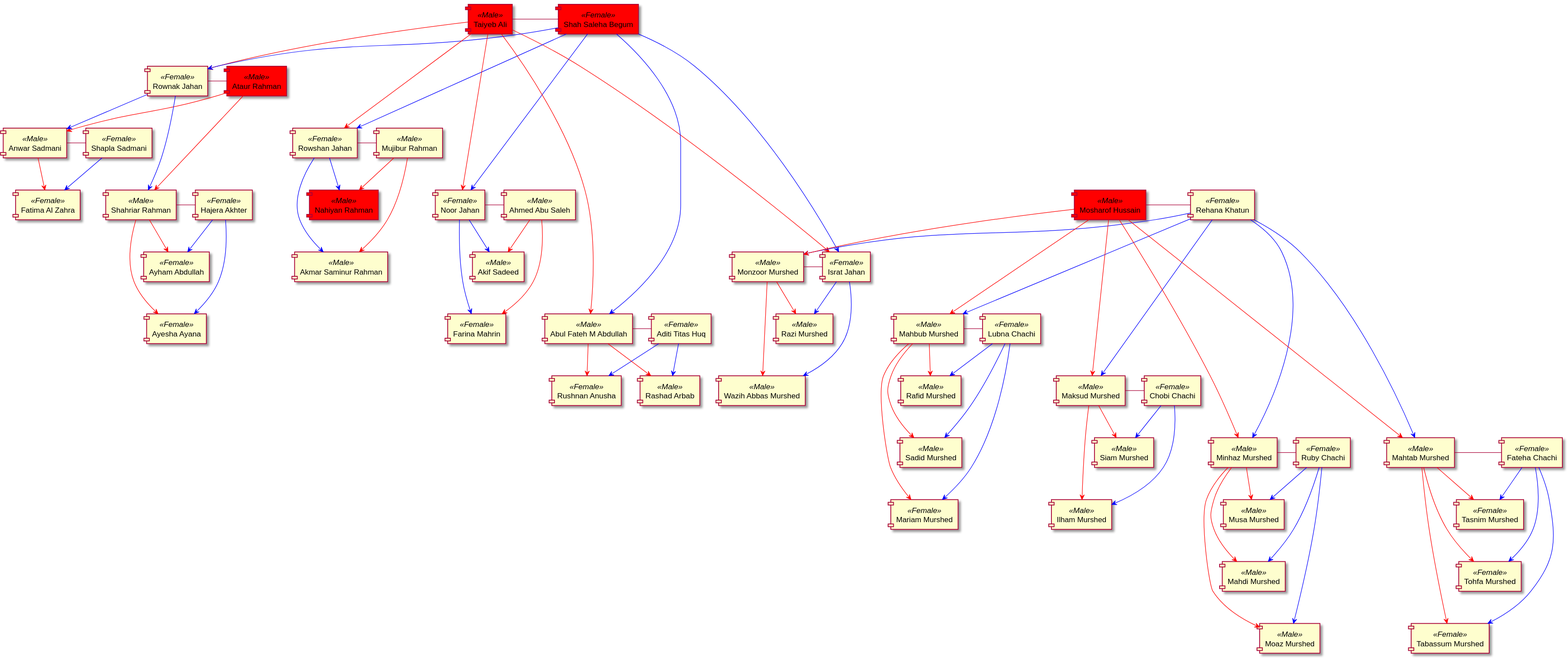
This is familytree/FamilyTree.svg from rmursh/FamilyTree, a PlantUML export, as it was before one commit. Source of this version:
```plantuml
@startuml FamilyTree

[Mosharof Hussain]<<Male>>#red
[Rehana Khatun]<<Female>>

[Monzoor Murshed]<<Male>>
[Israt Jahan]<<Female>>

[Mahbub Murshed]<<Male>>
[Lubna Chachi]<<Female>>

[Maksud Murshed]<<Male>>
[Chobi Chachi]<<Female>>

[Minhaz Murshed]<<Male>>
[Ruby Chachi]<<Female>>

[Mahtab Murshed]<<Male>>
[Fateha Chachi]<<Female>>

[Razi Murshed]<<Male>>
[Wazih Abbas Murshed]<<Male>>
[Rafid Murshed]<<Male>>
[Sadid Murshed]<<Male>>
[Mariam Murshed]<<Female>>
[Siam Murshed]<<Male>>
[Ilham Murshed]<<Male>>
[Musa Murshed]<<Male>>
[Mahdi Murshed]<<Male>>
[Moaz Murshed]<<Male>>
[Tasnim Murshed]<<Female>>
[Tohfa Murshed]<<Female>>
[Tabassum Murshed]<<Female>>

[Taiyeb Ali]<<Male>>#red
[Shah Saleha Begum]<<Female>>#red

[Ataur Rahman]<<Male>>#red
[Rownak Jahan]<<Female>>
[Mujibur Rahman]<<Male>>
[Rowshan Jahan]<<Female>>
[Ahmed Abu Saleh]<<Male>>
[Noor Jahan]<<Female>>
[Abul Fateh M Abdullah]<<Male>>
[Aditi Titas Huq]<<Female>>

[Anwar Sadmani]<<Male>>
[Shapla Sadmani]<<Female>>
[Fatima Al Zahra]<<Female>>

[Shahriar Rahman]<<Male>>
[Hajera Akhter]<<Female>>
[Ayesha Ayana]<<Female>>
[Ayham Abdullah]<<Female>>

[Akmar Saminur Rahman]<<Male>>
[Nahiyan Rahman]<<Male>>#red

[Akif Sadeed]<<Male>>
[Farina Mahrin]<<Female>>

[Rushnan Anusha]<<Female>>
[Rashad Arbab]<<Male>>

[Taiyeb Ali]----right-[Shah Saleha Begum]
[Taiyeb Ali]-[#red]---->[Israt Jahan]
[Shah Saleha Begum]-[#blue]---->[Israt Jahan]
[Taiyeb Ali]-[#red]->[Rownak Jahan]
[Shah Saleha Begum]-[#blue]->[Rownak Jahan]
[Taiyeb Ali]-[#red]-->[Rowshan Jahan]
[Shah Saleha Begum]-[#blue]-->[Rowshan Jahan]
[Taiyeb Ali]-[#red]--->[Noor Jahan]
[Shah Saleha Begum]-[#blue]--->[Noor Jahan]
[Taiyeb Ali]-[#red]----->[Abul Fateh M Abdullah]
[Shah Saleha Begum]-[#blue]----->[Abul Fateh M Abdullah]

[Rownak Jahan]----right-[Ataur Rahman]
[Ataur Rahman]-[#red]->[Anwar Sadmani]
[Rownak Jahan]-[#blue]->[Anwar Sadmani]
[Ataur Rahman]-[#red]-->[Shahriar Rahman]
[Rownak Jahan]-[#blue]-->[Shahriar Rahman]

[Anwar Sadmani]----right-[Shapla Sadmani]
[Anwar Sadmani]-[#red]->[Fatima Al Zahra]
[Shapla Sadmani]-[#blue]->[Fatima Al Zahra]

[Shahriar Rahman]----right-[Hajera Akhter]
[Shahriar Rahman]-[#red]->[Ayham Abdullah]
[Hajera Akhter]-[#blue]->[Ayham Abdullah]
[Shahriar Rahman]-[#red]-->[Ayesha Ayana]
[Hajera Akhter]-[#blue]-->[Ayesha Ayana]

[Rowshan Jahan]----right-[Mujibur Rahman]
[Mujibur Rahman]-[#red]-->[Akmar Saminur Rahman]
[Rowshan Jahan]-[#blue]-->[Akmar Saminur Rahman]
[Mujibur Rahman]-[#red]->[Nahiyan Rahman]
[Rowshan Jahan]-[#blue]->[Nahiyan Rahman]

[Noor Jahan]----right-[Ahmed Abu Saleh]
[Ahmed Abu Saleh]-[#red]->[Akif Sadeed]
[Noor Jahan]-[#blue]->[Akif Sadeed]
[Ahmed Abu Saleh]-[#red]-->[Farina Mahrin]
[Noor Jahan]-[#blue]-->[Farina Mahrin]

[Abul Fateh M Abdullah]----right-[Aditi Titas Huq]
[Abul Fateh M Abdullah]-[#red]->[Rushnan Anusha]
[Aditi Titas Huq]-[#blue]->[Rushnan Anusha]
[Abul Fateh M Abdullah]-[#red]->[Rashad Arbab]
[Aditi Titas Huq]-[#blue]->[Rashad Arbab]

[Mosharof Hussain]----right-[Rehana Khatun]
[Rehana Khatun]-[#blue]->[Monzoor Murshed]
[Mosharof Hussain]-[#red]->[Monzoor Murshed]
[Rehana Khatun]-[#blue]-->[Mahbub Murshed]
[Mosharof Hussain]-[#red]-->[Mahbub Murshed]
[Rehana Khatun]-[#blue]--->[Maksud Murshed]
[Mosharof Hussain]-[#red]--->[Maksud Murshed]
[Rehana Khatun]-[#blue]---->[Minhaz Murshed]
[Mosharof Hussain]-[#red]---->[Minhaz Murshed]
[Rehana Khatun]-[#blue]---->[Mahtab Murshed]
[Mosharof Hussain]-[#red]---->[Mahtab Murshed]

[Monzoor Murshed]----right-[Israt Jahan]
[Monzoor Murshed]-[#red]->[Razi Murshed]
[Israt Jahan]-[#blue]->[Razi Murshed]
[Monzoor Murshed]-[#red]-->[Wazih Abbas Murshed]
[Israt Jahan]-[#blue]-->[Wazih Abbas Murshed]

[Mahbub Murshed]----right-[Lubna Chachi]
[Mahbub Murshed]-[#red]->[Rafid Murshed]
[Lubna Chachi]-[#blue]->[Rafid Murshed]
[Mahbub Murshed]-[#red]-->[Sadid Murshed]
[Lubna Chachi]-[#blue]-->[Sadid Murshed]
[Mahbub Murshed]-[#red]--->[Mariam Murshed]
[Lubna Chachi]-[#blue]--->[Mariam Murshed]

[Maksud Murshed]----right-[Chobi Chachi]
[Maksud Murshed]-[#red]->[Siam Murshed]
[Chobi Chachi]-[#blue]->[Siam Murshed]
[Maksud Murshed]-[#red]-->[Ilham Murshed]
[Chobi Chachi]-[#blue]-->[Ilham Murshed]

[Minhaz Murshed]----right-[Ruby Chachi]
[Minhaz Murshed]-[#red]->[Musa Murshed]
[Ruby Chachi]-[#blue]->[Musa Murshed]
[Minhaz Murshed]-[#red]-->[Mahdi Murshed]
[Ruby Chachi]-[#blue]-->[Mahdi Murshed]
[Minhaz Murshed]-[#red]--->[Moaz Murshed]
[Ruby Chachi]-[#blue]--->[Moaz Murshed]

[Mahtab Murshed]----right-[Fateha Chachi]
[Mahtab Murshed]-[#red]->[Tasnim Murshed]
[Fateha Chachi]-[#blue]->[Tasnim Murshed]
[Mahtab Murshed]-[#red]-->[Tohfa Murshed]
[Fateha Chachi]-[#blue]-->[Tohfa Murshed]
[Mahtab Murshed]-[#red]--->[Tabassum Murshed]
[Fateha Chachi]-[#blue]--->[Tabassum Murshed]

@enduml
```
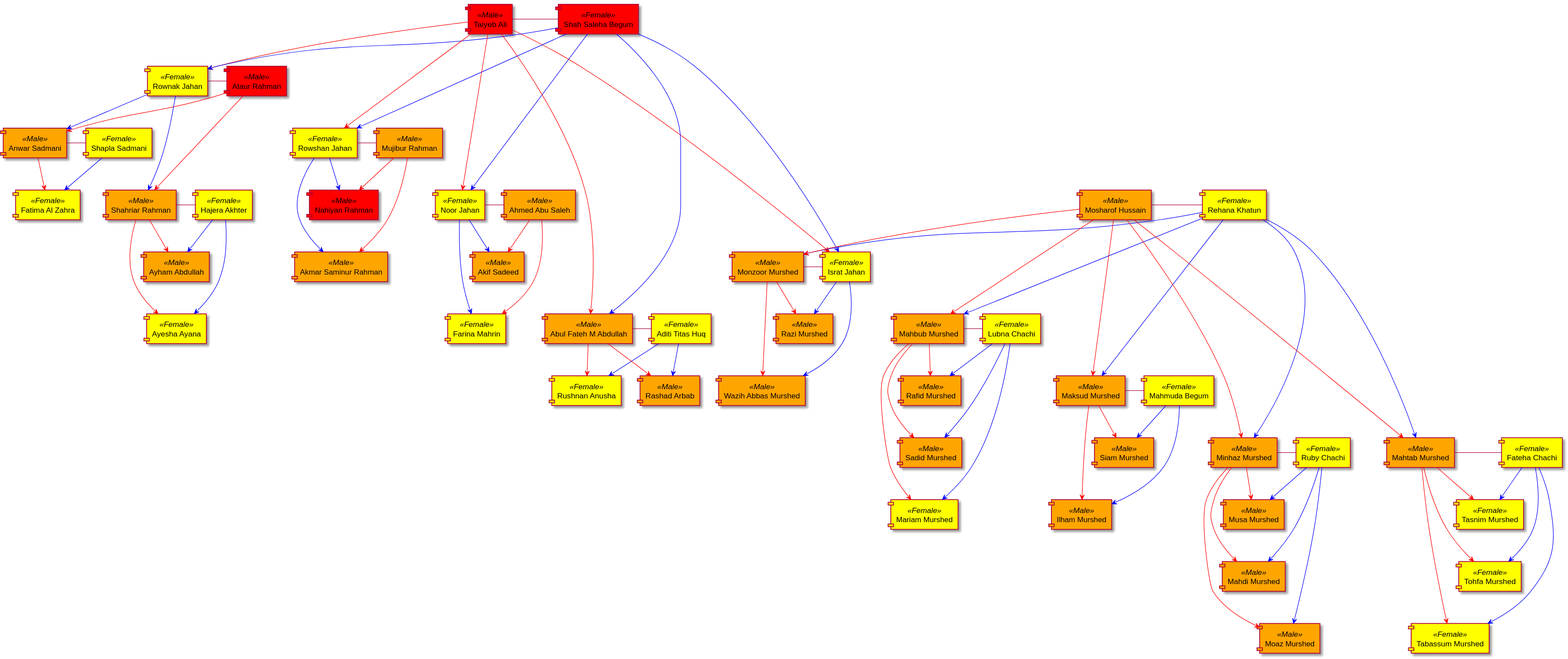
After the commit.

Diff of the diagram source:
```diff
@@ -1,6 +1,9 @@
 @startuml FamilyTree
-
-[Mosharof Hussain]<<Male>>#red
+skinparam component {
+	backgroundColor<<Male>> Orange
+	backgroundColor<<Female>> Yellow
+}
+[Mosharof Hussain]<<Male>>
 [Rehana Khatun]<<Female>>
 
 [Monzoor Murshed]<<Male>>
@@ -10,7 +13,7 @@
 [Lubna Chachi]<<Female>>
 
 [Maksud Murshed]<<Male>>
-[Chobi Chachi]<<Female>>
+[Mahmuda Begum]<<Female>>
 
 [Minhaz Murshed]<<Male>>
 [Ruby Chachi]<<Female>>
@@ -51,7 +54,7 @@
 [Shahriar Rahman]<<Male>>
 [Hajera Akhter]<<Female>>
 [Ayesha Ayana]<<Female>>
-[Ayham Abdullah]<<Female>>
+[Ayham Abdullah]<<Male>>
 
 [Akmar Saminur Rahman]<<Male>>
 [Nahiyan Rahman]<<Male>>#red
@@ -134,11 +137,11 @@
 [Mahbub Murshed]-[#red]--->[Mariam Murshed]
 [Lubna Chachi]-[#blue]--->[Mariam Murshed]
 
-[Maksud Murshed]----right-[Chobi Chachi]
+[Maksud Murshed]----right-[Mahmuda Begum]
 [Maksud Murshed]-[#red]->[Siam Murshed]
-[Chobi Chachi]-[#blue]->[Siam Murshed]
+[Mahmuda Begum]-[#blue]->[Siam Murshed]
 [Maksud Murshed]-[#red]-->[Ilham Murshed]
-[Chobi Chachi]-[#blue]-->[Ilham Murshed]
+[Mahmuda Begum]-[#blue]-->[Ilham Murshed]
 
 [Minhaz Murshed]----right-[Ruby Chachi]
 [Minhaz Murshed]-[#red]->[Musa Murshed]
```
